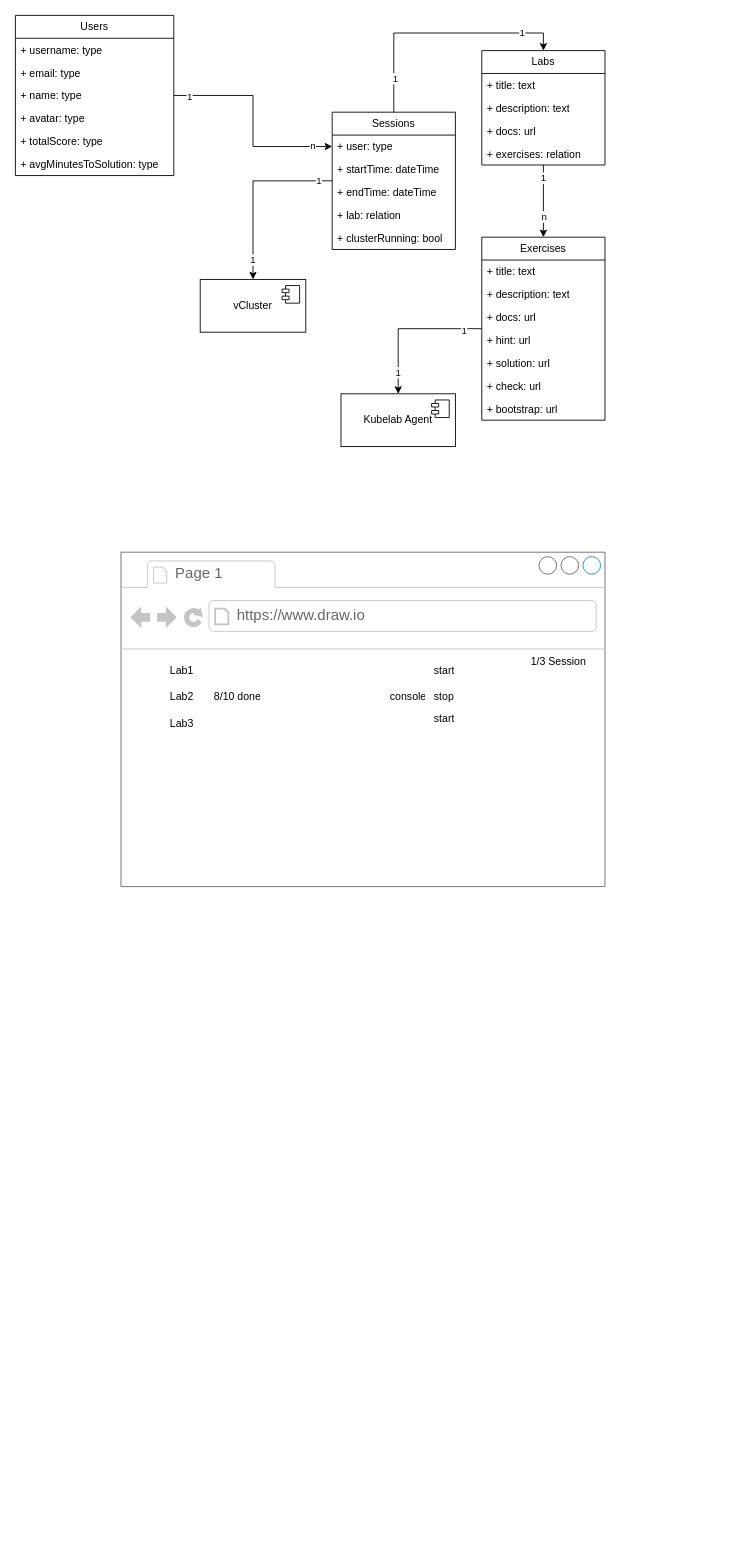
Earlier version of the draw.io diagram assets/drawio/architecture.drawio (natrontech/kubelab). Source tidied: cells renumbered, new cells numbered last; positions are measured from the earlier drawing's top-left corner, leaving out a move shared by most shapes. Both pictures are drawn from the tidied source at 88%, with x=0, y=0 at pixel (15, 15).
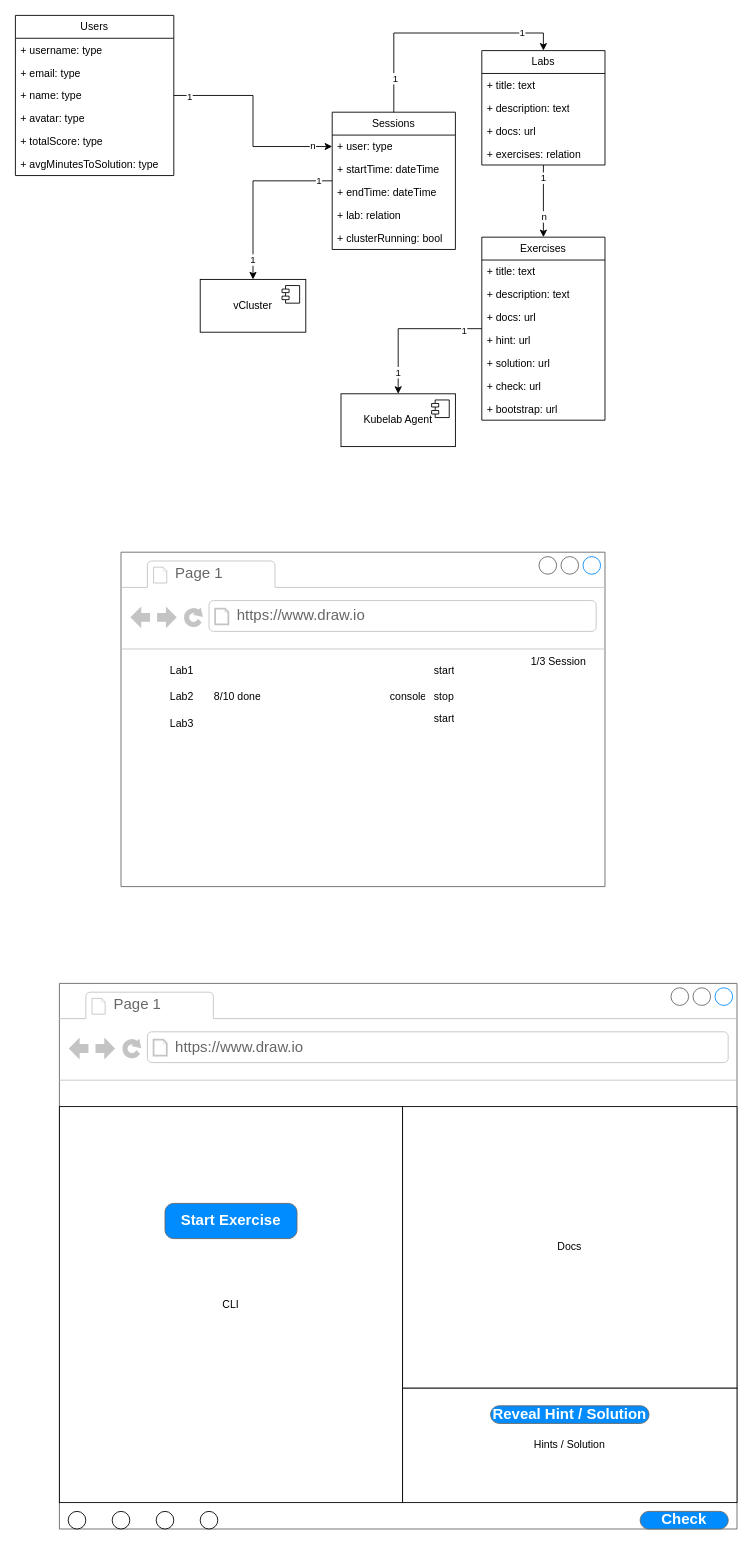
The same page after the edit.

Change to the diagram source:
```diff
@@
+    <mxCell id="59" style="strokeWidth=1;shadow=0;dashed=0;align=center;html=1;shape=mxgraph.mockup.containers.browserWindow;rSize=0;strokeColor=#666666;strokeColor2=#008cff;strokeColor3=#c4c4c4;mainText=,;" parent="1" vertex="1">
+      <mxGeometry x="50" y="1100" width="770" height="620" as="geometry" />
+    </mxCell>
+    <mxCell id="60" value="Page 1" style="strokeWidth=1;shadow=0;dashed=0;align=center;html=1;shape=mxgraph.mockup.containers.anchor;fontSize=17;fontColor=#666666;align=left;whiteSpace=wrap;" parent="59" vertex="1">
+      <mxGeometry x="60" y="12" width="110" height="26" as="geometry" />
+    </mxCell>
+    <mxCell id="61" value="https://www.draw.io" style="strokeWidth=1;shadow=0;dashed=0;align=center;html=1;shape=mxgraph.mockup.containers.anchor;rSize=0;fontSize=17;fontColor=#666666;align=left;" parent="59" vertex="1">
+      <mxGeometry x="130" y="60" width="250" height="26" as="geometry" />
+    </mxCell>
+    <mxCell id="62" value="CLI" style="rounded=0;whiteSpace=wrap;html=1;" parent="59" vertex="1">
+      <mxGeometry y="140" width="390" height="450" as="geometry" />
+    </mxCell>
+    <mxCell id="63" value="Docs" style="rounded=0;whiteSpace=wrap;html=1;" parent="59" vertex="1">
+      <mxGeometry x="390" y="140" width="380" height="320" as="geometry" />
+    </mxCell>
+    <mxCell id="64" value="Hints / Solution" style="rounded=0;whiteSpace=wrap;html=1;" parent="59" vertex="1">
+      <mxGeometry x="390" y="460" width="380" height="130" as="geometry" />
+    </mxCell>
+    <mxCell id="65" value="Check" style="strokeWidth=1;shadow=0;dashed=0;align=center;html=1;shape=mxgraph.mockup.buttons.button;strokeColor=#666666;fontColor=#ffffff;mainText=;buttonStyle=round;fontSize=17;fontStyle=1;fillColor=#008cff;whiteSpace=wrap;" parent="59" vertex="1">
+      <mxGeometry x="660" y="600" width="100" height="20" as="geometry" />
+    </mxCell>
+    <mxCell id="66" value="Reveal Hint / Solution" style="strokeWidth=1;shadow=0;dashed=0;align=center;html=1;shape=mxgraph.mockup.buttons.button;strokeColor=#666666;fontColor=#ffffff;mainText=;buttonStyle=round;fontSize=17;fontStyle=1;fillColor=#008cff;whiteSpace=wrap;" parent="59" vertex="1">
+      <mxGeometry x="490" y="480" width="180" height="20" as="geometry" />
+    </mxCell>
+    <mxCell id="67" style="ellipse;whiteSpace=wrap;html=1;" parent="59" vertex="1">
+      <mxGeometry x="10" y="600" width="20" height="20" as="geometry" />
+    </mxCell>
+    <mxCell id="68" style="ellipse;whiteSpace=wrap;html=1;" parent="59" vertex="1">
+      <mxGeometry x="60" y="600" width="20" height="20" as="geometry" />
+    </mxCell>
+    <mxCell id="69" style="ellipse;whiteSpace=wrap;html=1;" parent="59" vertex="1">
+      <mxGeometry x="110" y="600" width="20" height="20" as="geometry" />
+    </mxCell>
+    <mxCell id="70" style="ellipse;whiteSpace=wrap;html=1;" parent="59" vertex="1">
+      <mxGeometry x="160" y="600" width="20" height="20" as="geometry" />
+    </mxCell>
+    <mxCell id="71" value="Start Exercise" style="strokeWidth=1;shadow=0;dashed=0;align=center;html=1;shape=mxgraph.mockup.buttons.button;strokeColor=#666666;fontColor=#ffffff;mainText=;buttonStyle=round;fontSize=17;fontStyle=1;fillColor=#008cff;whiteSpace=wrap;" parent="59" vertex="1">
+      <mxGeometry x="120" y="250" width="150" height="40" as="geometry" />
+    </mxCell>
```
